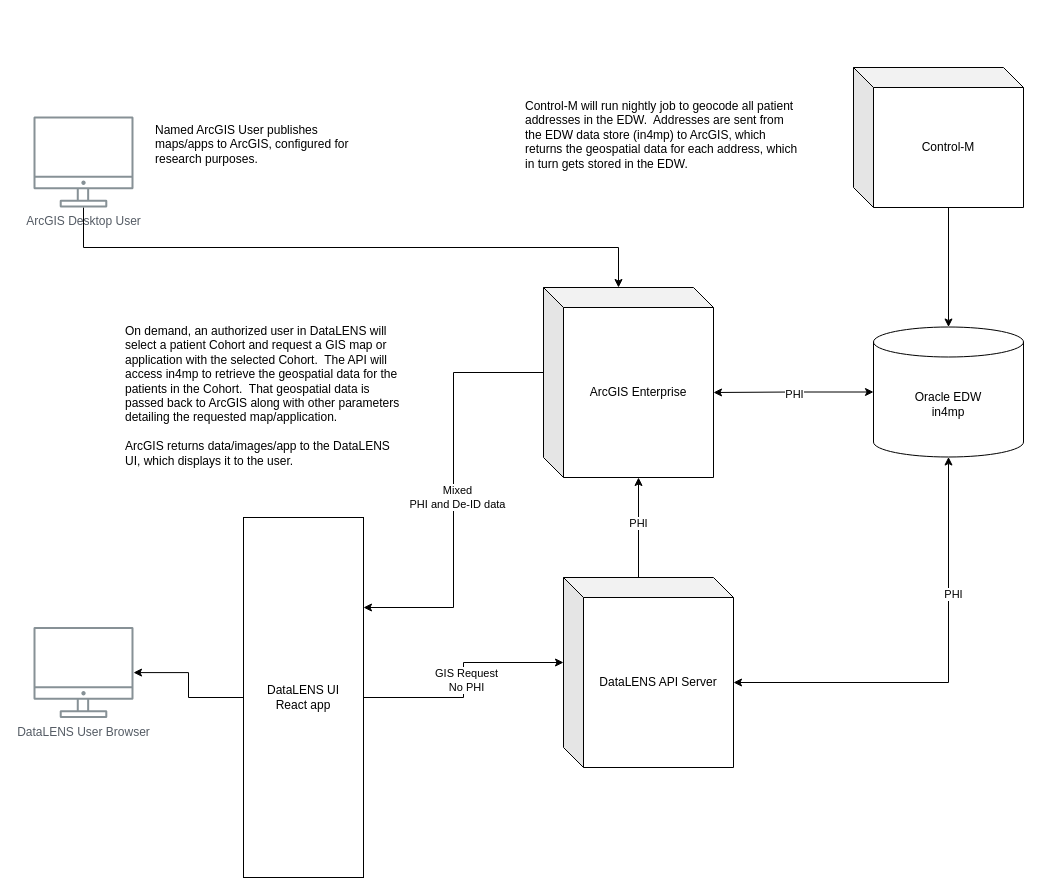
Before: page "Phase 1 Ad-Hoc Processing" (1 of 2) of DataLENS ArcGIS Data Flow Diagram.drawio in ntimkovich/UAB-II-Diagrams, a draw.io diagram. Source tidied: cells renumbered, new cells numbered last; positions are measured from the earlier drawing's top-left corner, leaving out a move shared by most shapes. Both pictures are drawn from the tidied source at 100%, with x=0, y=0 at pixel (33, 67).
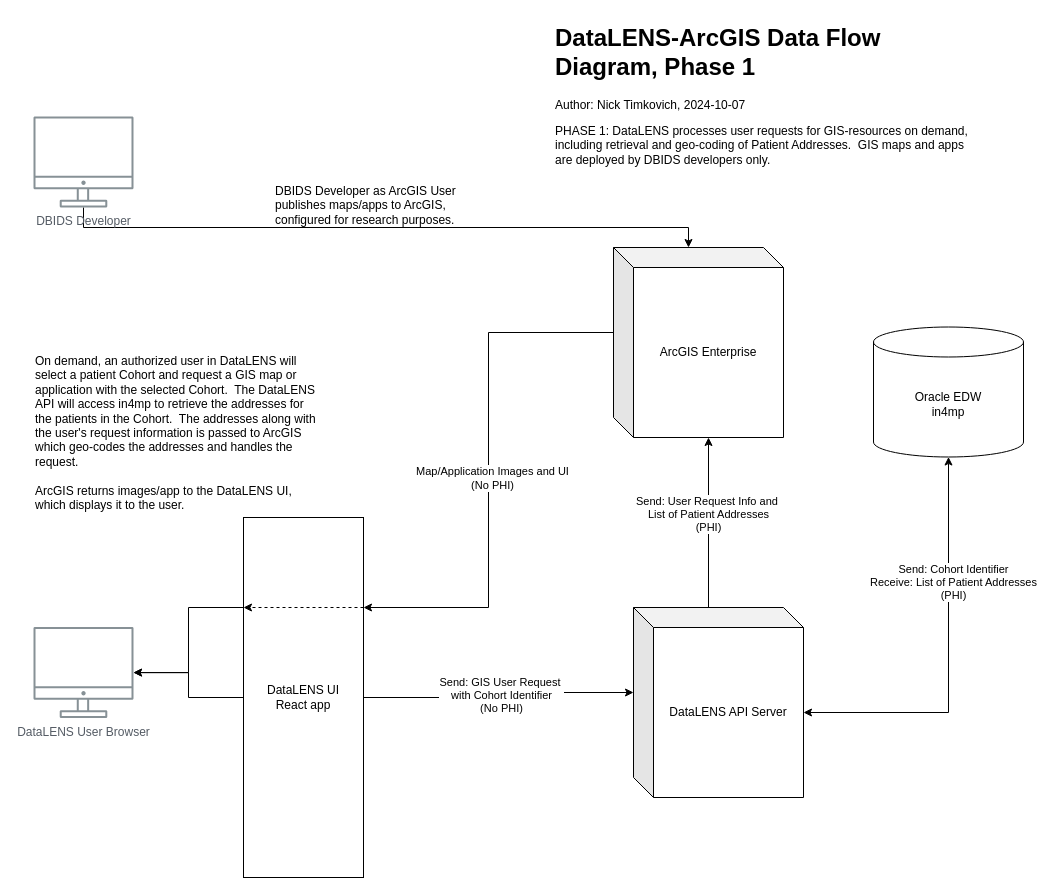
Above is the later version.

Commit message:
Added second diagram for Phase 1 and 2.  Updated labels and gave each pic a title and description.

The change refers to these unchanged cells:
```xml
<mxCell id="2" style="edgeStyle=orthogonalEdgeStyle;rounded=0;jettySize=auto;html=1;exitX=0;exitY=0;exitDx=0;exitDy=85;exitPerimeter=0;entryX=1;entryY=0.25;entryDx=0;entryDy=0;" parent="1" edge="1" source="5" target="20">
  <mxGeometry relative="1" as="geometry" />
</mxCell>
<mxCell id="6" value="Oracle EDW&lt;div&gt;in4mp&lt;/div&gt;" style="shape=cylinder3;whiteSpace=wrap;html=1;boundedLbl=1;backgroundOutline=1;size=15;" parent="1" vertex="1">
  <mxGeometry x="840" y="259.5" width="150" height="130" as="geometry" />
</mxCell>
<mxCell id="8" value="DataLENS User Browser" style="sketch=0;outlineConnect=0;gradientColor=none;fontColor=#545B64;strokeColor=none;fillColor=#879196;dashed=0;verticalLabelPosition=bottom;verticalAlign=top;align=center;html=1;fontSize=12;fontStyle=0;shape=mxgraph.aws4.illustration_desktop;" parent="1" vertex="1">
  <mxGeometry y="559.5" width="100" height="91" as="geometry" />
</mxCell>
<mxCell id="14" style="edgeStyle=orthogonalEdgeStyle;rounded=0;jettySize=auto;html=1;exitX=0;exitY=0;exitDx=170;exitDy=105;exitPerimeter=0;entryX=0.5;entryY=1;entryDx=0;entryDy=0;entryPerimeter=0;startArrow=classic;startFill=1;" parent="1" edge="1" source="9" target="6">
  <mxGeometry relative="1" as="geometry" />
</mxCell>
<mxCell id="17" style="edgeStyle=orthogonalEdgeStyle;rounded=0;jettySize=auto;html=1;exitX=0;exitY=0;exitDx=75;exitDy=0;exitPerimeter=0;entryX=0;entryY=0;entryDx=95;entryDy=190;entryPerimeter=0;" parent="1" edge="1" source="9" target="5">
  <mxGeometry relative="1" as="geometry" />
</mxCell>
<mxCell id="20" value="DataLENS UI&lt;div&gt;React app&lt;/div&gt;" style="rounded=0;whiteSpace=wrap;html=1;" parent="1" vertex="1">
  <mxGeometry x="210" y="450" width="120" height="360" as="geometry" />
</mxCell>
<mxCell id="21" style="edgeStyle=orthogonalEdgeStyle;rounded=0;jettySize=auto;html=1;exitX=1;exitY=0.5;exitDx=0;exitDy=0;entryX=0;entryY=0;entryDx=0;entryDy=85;entryPerimeter=0;" parent="1" edge="1" source="20" target="9">
  <mxGeometry relative="1" as="geometry" />
</mxCell>
```

Diff of the diagram source:
```diff
@@
-    <mxCell id="3" value="Mixed&lt;div&gt;PHI and De-ID data&lt;/div&gt;" style="edgeLabel;html=1;align=center;verticalAlign=middle;" parent="2" vertex="1">
+    <mxCell id="3" value="Map/Application Images and UI&lt;div&gt;(No PHI)&lt;/div&gt;" style="edgeLabel;html=1;align=center;verticalAlign=middle;" parent="2" vertex="1">
       <mxGeometry x="0.03" y="3" relative="1" as="geometry" />
     </mxCell>
@@
     <mxCell id="5" value="ArcGIS Enterprise" style="shape=cube;whiteSpace=wrap;html=1;boundedLbl=1;backgroundOutline=1;darkOpacity=0.05;darkOpacity2=0.1;" parent="1" vertex="1">
-      <mxGeometry x="510" y="220" width="170" height="190" as="geometry" />
+      <mxGeometry x="580" y="180" width="170" height="190" as="geometry" />
     </mxCell>
@@
-    <mxCell id="7" value="Control-M" style="shape=cube;whiteSpace=wrap;html=1;boundedLbl=1;backgroundOutline=1;darkOpacity=0.05;darkOpacity2=0.1;" parent="1" vertex="1">
-      <mxGeometry x="820" width="170" height="140" as="geometry" />
-    </mxCell>
@@
     <mxCell id="9" value="DataLENS API Server" style="shape=cube;whiteSpace=wrap;html=1;boundedLbl=1;backgroundOutline=1;darkOpacity=0.05;darkOpacity2=0.1;" parent="1" vertex="1">
-      <mxGeometry x="530" y="510" width="170" height="190" as="geometry" />
+      <mxGeometry x="600" y="540" width="170" height="190" as="geometry" />
     </mxCell>
-    <mxCell id="10" style="edgeStyle=orthogonalEdgeStyle;rounded=0;jettySize=auto;html=1;exitX=0;exitY=0;exitDx=95;exitDy=140;exitPerimeter=0;entryX=0.5;entryY=0;entryDx=0;entryDy=0;entryPerimeter=0;" parent="1" edge="1" source="7" target="6">
-      <mxGeometry relative="1" as="geometry" />
-    </mxCell>
-    <mxCell id="11" style="edgeStyle=orthogonalEdgeStyle;rounded=0;jettySize=auto;html=1;exitX=0;exitY=0.5;exitDx=0;exitDy=0;exitPerimeter=0;entryX=0;entryY=0;entryDx=170;entryDy=105;entryPerimeter=0;startArrow=classic;startFill=1;" parent="1" edge="1" source="6" target="5">
-      <mxGeometry relative="1" as="geometry" />
-    </mxCell>
-    <mxCell id="12" value="PHI" style="edgeLabel;html=1;align=center;verticalAlign=middle;" parent="11" vertex="1">
-      <mxGeometry y="1" relative="1" as="geometry">
-        <mxPoint x="-1" y="2" as="offset" />
-      </mxGeometry>
-    </mxCell>
-    <mxCell id="13" value="Control-M will run nightly job to geocode all patient addresses in the EDW.&amp;nbsp; Addresses are sent from the EDW data store (in4mp) to ArcGIS, which returns the geospatial data for each address, which in turn gets stored in the EDW." style="text;html=1;align=left;verticalAlign=top;whiteSpace=wrap;rounded=0;" parent="1" vertex="1">
-      <mxGeometry x="490" y="25" width="280" height="90" as="geometry" />
-    </mxCell>
@@
-    <mxCell id="15" value="PHI" style="edgeLabel;html=1;align=center;verticalAlign=middle;" parent="14" vertex="1">
+    <mxCell id="15" value="Send: Cohort Identifier&lt;div&gt;Receive: List of Patient Addresses&lt;br&gt;(PHI)&lt;/div&gt;" style="edgeLabel;html=1;align=center;verticalAlign=middle;" parent="14" vertex="1">
       <mxGeometry x="0.38" y="-4" relative="1" as="geometry" />
     </mxCell>
-    <mxCell id="16" value="On demand, an authorized user in DataLENS will select a patient Cohort and request a GIS map or application with the selected Cohort.&amp;nbsp; The API will access in4mp to retrieve the geospatial data for the patients in the Cohort.&amp;nbsp; That geospatial data is passed back to ArcGIS along with other parameters detailing the requested map/application.&lt;div&gt;&lt;br&gt;&lt;/div&gt;&lt;div&gt;ArcGIS returns data/images/app to the DataLENS UI, which displays it to the user.&lt;/div&gt;" style="text;html=1;align=left;verticalAlign=top;whiteSpace=wrap;rounded=0;" parent="1" vertex="1">
-      <mxGeometry x="90" y="250" width="285" height="180" as="geometry" />
+    <mxCell id="16" value="On demand, an authorized user in DataLENS will select a patient Cohort and request a GIS map or application with the selected Cohort.&amp;nbsp; The DataLENS API will access in4mp to retrieve the addresses for the patients in the Cohort.&amp;nbsp; The addresses along with the user's request information is passed to ArcGIS which geo-codes the addresses and handles the request.&lt;div&gt;&lt;br&gt;&lt;/div&gt;&lt;div&gt;ArcGIS returns images/app to the DataLENS UI, which displays it to the user.&lt;/div&gt;" style="text;html=1;align=left;verticalAlign=top;whiteSpace=wrap;rounded=0;" parent="1" vertex="1">
+      <mxGeometry y="280" width="285" height="180" as="geometry" />
     </mxCell>
@@
-    <mxCell id="18" value="PHI" style="edgeLabel;html=1;align=center;verticalAlign=middle;" parent="17" vertex="1">
+    <mxCell id="18" value="Send: User Request Info and&amp;nbsp;&lt;div&gt;List of Patient Addresses&lt;/div&gt;&lt;div&gt;(PHI)&lt;/div&gt;" style="edgeLabel;html=1;align=center;verticalAlign=middle;" parent="17" vertex="1">
       <mxGeometry x="0.1" y="1" relative="1" as="geometry" />
     </mxCell>
@@
+    <mxCell id="25" style="edgeStyle=orthogonalEdgeStyle;rounded=0;jettySize=auto;html=1;exitX=0;exitY=0.25;exitDx=0;exitDy=0;" parent="1" edge="1" source="20" target="8">
+      <mxGeometry relative="1" as="geometry" />
+    </mxCell>
@@
-    <mxCell id="22" value="GIS Request&lt;div&gt;No PHI&lt;/div&gt;" style="edgeLabel;html=1;align=center;verticalAlign=middle;" parent="21" vertex="1">
+    <mxCell id="22" value="Send: GIS User Request&amp;nbsp;&lt;div&gt;with Cohort Identifier&lt;div&gt;(No PHI)&lt;/div&gt;&lt;/div&gt;" style="edgeLabel;html=1;align=center;verticalAlign=middle;" parent="21" vertex="1">
       <mxGeometry y="-2" relative="1" as="geometry" />
     </mxCell>
-    <mxCell id="23" value="ArcGIS Desktop User" style="sketch=0;outlineConnect=0;gradientColor=none;fontColor=#545B64;strokeColor=none;fillColor=#879196;dashed=0;verticalLabelPosition=bottom;verticalAlign=top;align=center;html=1;fontSize=12;fontStyle=0;shape=mxgraph.aws4.illustration_desktop;" parent="1" vertex="1">
+    <mxCell id="23" value="DBIDS Developer" style="sketch=0;outlineConnect=0;gradientColor=none;fontColor=#545B64;strokeColor=none;fillColor=#879196;dashed=0;verticalLabelPosition=bottom;verticalAlign=top;align=center;html=1;fontSize=12;fontStyle=0;shape=mxgraph.aws4.illustration_desktop;" parent="1" vertex="1">
       <mxGeometry y="49" width="100" height="91" as="geometry" />
     </mxCell>
-    <mxCell id="24" value="Named ArcGIS User publishes maps/apps to ArcGIS, configured for research purposes." style="text;html=1;align=left;verticalAlign=top;whiteSpace=wrap;rounded=0;" parent="1" vertex="1">
-      <mxGeometry x="120" y="49" width="220" height="81" as="geometry" />
+    <mxCell id="24" value="DBIDS Developer as ArcGIS User publishes maps/apps to ArcGIS, configured for research purposes." style="text;html=1;align=left;verticalAlign=top;whiteSpace=wrap;rounded=0;" parent="1" vertex="1">
+      <mxGeometry x="240" y="110" width="220" height="81" as="geometry" />
     </mxCell>
+    <mxCell id="26" style="endArrow=classic;html=1;rounded=0;exitX=1;exitY=0.25;exitDx=0;exitDy=0;entryX=0;entryY=0.25;entryDx=0;entryDy=0;dashed=1;" parent="1" edge="1" source="20" target="20">
+      <mxGeometry relative="1" as="geometry" />
+    </mxCell>
+    <mxCell id="27" value="&lt;h1 style=&quot;margin-top: 0px;&quot;&gt;DataLENS-ArcGIS Data Flow Diagram, Phase 1&lt;/h1&gt;&lt;p&gt;Author: Nick Timkovich, 2024-10-07&lt;/p&gt;&lt;p&gt;PHASE 1: DataLENS processes user requests for GIS-resources on demand, including retrieval and geo-coding of Patient Addresses.&amp;nbsp; GIS maps and apps are deployed by DBIDS developers only.&lt;/p&gt;" style="text;html=1;whiteSpace=wrap;overflow=hidden;rounded=0;" parent="1" vertex="1">
+      <mxGeometry x="520" y="-50" width="430" height="160" as="geometry" />
+    </mxCell>
```
